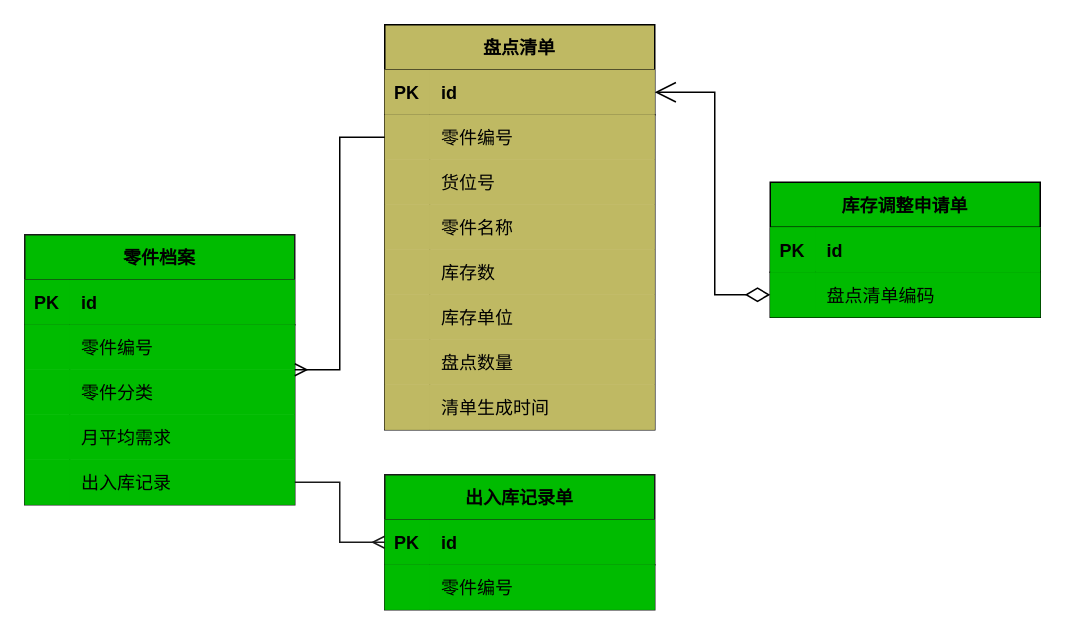
Above: page "库存盘点聚合根" (5 of 6) of 库存管理-库存盘点.drawio in 1132489442/gitRepository1 (draw.io), before the change. Source tidied: cells renumbered, new cells numbered last; positions are measured from the earlier drawing's top-left corner, leaving out a move shared by most shapes. Both pictures are drawn from the tidied source at 150%, with x=0, y=0 at pixel (24, 24).
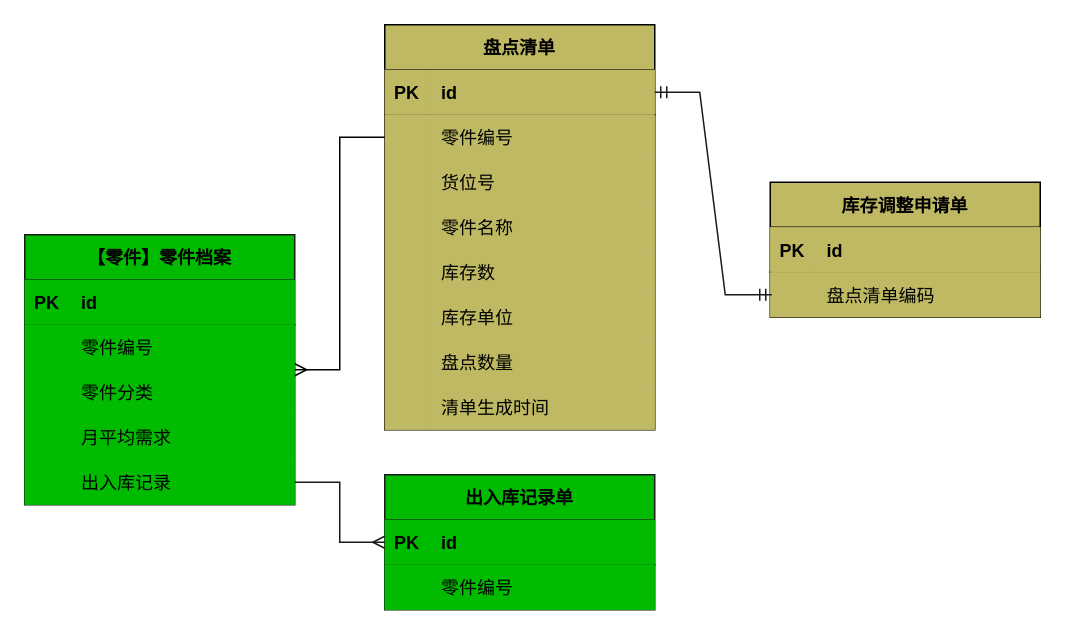
After the change.

Unchanged cells that the change refers to:
```xml
<mxCell id="3" style="shape=tableRow;horizontal=0;startSize=0;swimlaneHead=0;swimlaneBody=0;fillColor=#BFB963;points=[[0,0.5],[1,0.5]];portConstraint=eastwest;top=0;left=0;right=0;bottom=1;" parent="2" vertex="1">
  <mxGeometry y="30" width="180" height="30" as="geometry" />
</mxCell>
```

Diff of the diagram source:
```diff
@@
-    <mxCell id="27" value="零件档案" style="shape=table;startSize=30;childLayout=tableLayout;rowLines=0;fontStyle=1;align=center;fillColor=#00BB00;strokeColor=#1A1A1A;" parent="1" vertex="1">
+    <mxCell id="27" value="【零件】零件档案" style="shape=table;startSize=30;childLayout=tableLayout;rowLines=0;fontStyle=1;align=center;fillColor=#00BB00;strokeColor=#1A1A1A;" parent="1" vertex="1">
       <mxGeometry y="140" width="180" height="180" as="geometry" />
     </mxCell>
@@
-    <mxCell id="44" value="库存调整申请单" style="shape=table;startSize=30;childLayout=tableLayout;rowLines=0;fontStyle=1;align=center;fillColor=#00BB00;" parent="1" vertex="1">
+    <mxCell id="44" value="库存调整申请单" style="shape=table;startSize=30;childLayout=tableLayout;rowLines=0;fontStyle=1;align=center;fillColor=#BFB963;" parent="1" vertex="1">
       <mxGeometry x="497" y="105" width="180" height="90" as="geometry" />
     </mxCell>
-    <mxCell id="45" style="shape=tableRow;horizontal=0;startSize=0;swimlaneHead=0;swimlaneBody=0;fillColor=#00BB00;top=0;left=0;right=0;bottom=1;" parent="44" vertex="1">
+    <mxCell id="45" style="shape=tableRow;horizontal=0;startSize=0;swimlaneHead=0;swimlaneBody=0;fillColor=#BFB963;top=0;left=0;right=0;bottom=1;" parent="44" vertex="1">
       <mxGeometry y="30" width="180" height="30" as="geometry" />
     </mxCell>
-    <mxCell id="46" value="PK" style="shape=partialRectangle;fillColor=#00BB00;top=0;left=0;bottom=0;right=0;fontStyle=1;overflow=hidden;" parent="45" vertex="1">
+    <mxCell id="46" value="PK" style="shape=partialRectangle;fillColor=#BFB963;top=0;left=0;bottom=0;right=0;fontStyle=1;overflow=hidden;" parent="45" vertex="1">
       <mxGeometry width="30" height="30" as="geometry" />
     </mxCell>
-    <mxCell id="47" value="id" style="shape=partialRectangle;fillColor=#00BB00;top=0;left=0;bottom=0;right=0;align=left;spacingLeft=6;fontStyle=1;overflow=hidden;" parent="45" vertex="1">
+    <mxCell id="47" value="id" style="shape=partialRectangle;fillColor=#BFB963;top=0;left=0;bottom=0;right=0;align=left;spacingLeft=6;fontStyle=1;overflow=hidden;" parent="45" vertex="1">
       <mxGeometry x="30" width="150" height="30" as="geometry" />
     </mxCell>
-    <mxCell id="48" style="shape=tableRow;horizontal=0;startSize=0;swimlaneHead=0;swimlaneBody=0;fillColor=#00BB00;points=[[0,0.5],[1,0.5]];portConstraint=eastwest;top=0;left=0;right=0;bottom=0;" parent="44" vertex="1">
+    <mxCell id="48" style="shape=tableRow;horizontal=0;startSize=0;swimlaneHead=0;swimlaneBody=0;fillColor=#BFB963;points=[[0,0.5],[1,0.5]];portConstraint=eastwest;top=0;left=0;right=0;bottom=0;" parent="44" vertex="1">
       <mxGeometry y="60" width="180" height="30" as="geometry" />
     </mxCell>
-    <mxCell id="49" style="shape=partialRectangle;fillColor=#00BB00;top=0;left=0;bottom=0;right=0;overflow=hidden;" parent="48" vertex="1">
+    <mxCell id="49" style="shape=partialRectangle;fillColor=#BFB963;top=0;left=0;bottom=0;right=0;overflow=hidden;" parent="48" vertex="1">
       <mxGeometry width="30" height="30" as="geometry" />
     </mxCell>
-    <mxCell id="50" value="盘点清单编码" style="shape=partialRectangle;fillColor=#00BB00;top=0;left=0;bottom=0;right=0;align=left;spacingLeft=6;overflow=hidden;" parent="48" vertex="1">
+    <mxCell id="50" value="盘点清单编码" style="shape=partialRectangle;fillColor=#BFB963;top=0;left=0;bottom=0;right=0;align=left;spacingLeft=6;overflow=hidden;" parent="48" vertex="1">
       <mxGeometry x="30" width="150" height="30" as="geometry" />
     </mxCell>
-    <mxCell id="51" style="endArrow=open;html=1;endSize=12;startArrow=diamondThin;startSize=14;startFill=0;edgeStyle=orthogonalEdgeStyle;align=left;verticalAlign=bottom;rounded=0;exitX=0;exitY=0.5;exitDx=0;exitDy=0;entryX=1;entryY=0.5;entryDx=0;entryDy=0;" parent="1" edge="1" source="48" target="3">
-      <mxGeometry x="-1" y="3" relative="1" as="geometry">
-        <Array as="points">
-          <mxPoint x="460" y="180" />
-          <mxPoint x="460" y="45" />
-        </Array>
-      </mxGeometry>
-    </mxCell>
@@
+    <mxCell id="60" style="edgeStyle=entityRelationEdgeStyle;fontSize=12;html=1;endArrow=ERmandOne;startArrow=ERmandOne;rounded=0;endSize=6;targetPerimeterSpacing=-1;strokeColor=#1A1A1A;exitX=1;exitY=0.5;exitDx=0;exitDy=0;" parent="1" edge="1" source="3" target="48">
+      <mxGeometry relative="1" as="geometry" />
+    </mxCell>
```
